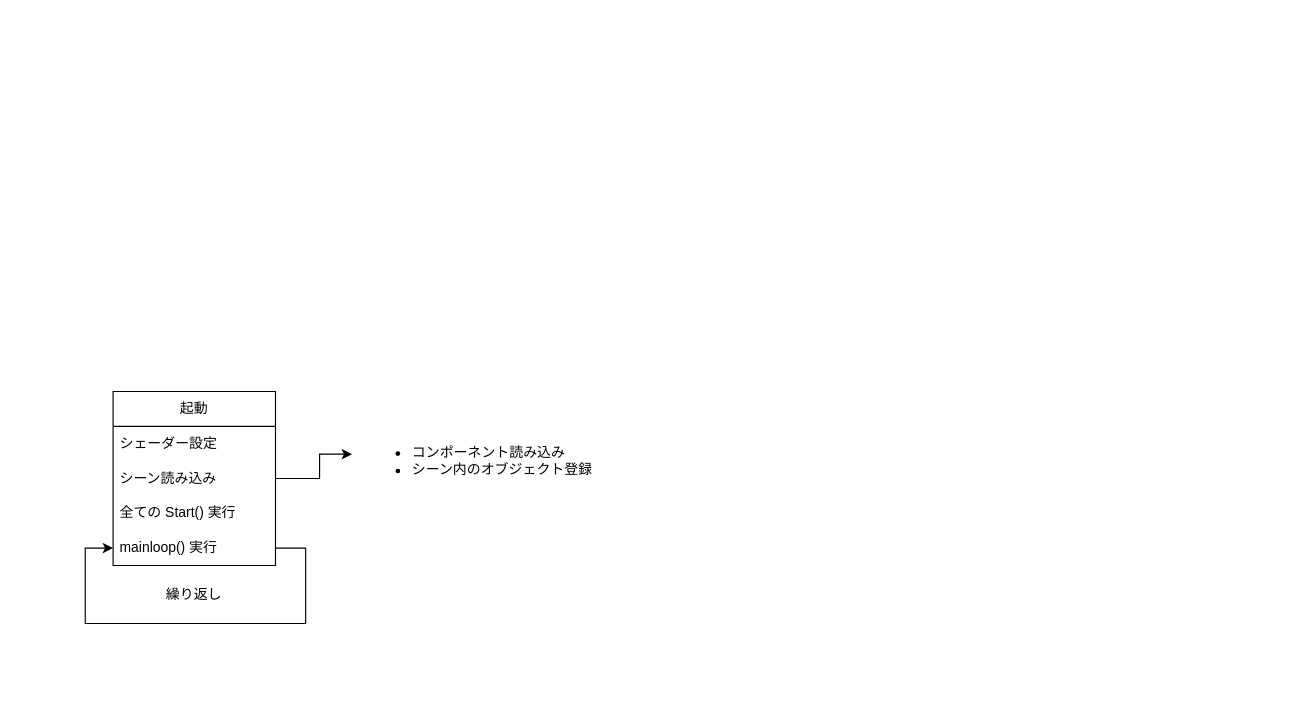
Above: Engine/Engine_design.drawio in TamigaYamazaki/GameMadeFrameWorlk_js (draw.io), before the change. Source tidied: cells renumbered, new cells numbered last; positions are measured from the earlier drawing's top-left corner, leaving out a move shared by most shapes. Both pictures are drawn from the tidied source at 116%, with x=0, y=0 at pixel (85, 391).
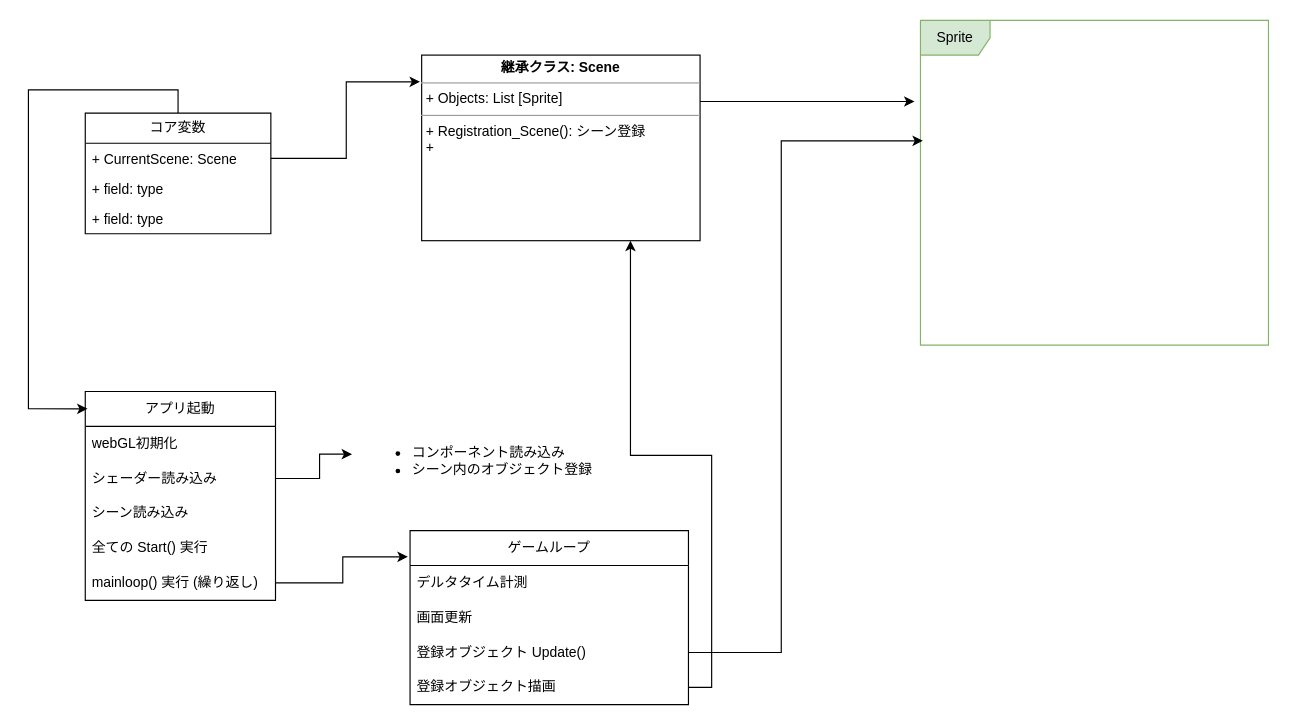
The same diagram, later.

Commit message (it also covers changes not shown here):
Engine_design.drawio を更新します

The edit, as a diff of the source:
```diff
@@
-    <mxCell id="2" value="起動" style="swimlane;fontStyle=0;horizontal=1;startSize=30;whiteSpace=wrap;html=1;" parent="1" vertex="1">
-      <mxGeometry x="24" width="140" height="150" as="geometry" />
+    <mxCell id="2" value="アプリ起動" style="swimlane;fontStyle=0;horizontal=1;startSize=30;whiteSpace=wrap;html=1;" parent="1" vertex="1">
+      <mxGeometry width="164" height="180" as="geometry" />
     </mxCell>
-    <mxCell id="3" value="シェーダー設定" style="text;strokeColor=none;fillColor=none;align=left;verticalAlign=middle;spacingLeft=4;spacingRight=4;overflow=hidden;whiteSpace=wrap;html=1;" parent="2" vertex="1">
-      <mxGeometry y="30" width="140" height="30" as="geometry" />
+    <mxCell id="3" value="webGL初期化" style="text;strokeColor=none;fillColor=none;align=left;verticalAlign=middle;spacingLeft=4;spacingRight=4;overflow=hidden;whiteSpace=wrap;html=1;" parent="2" vertex="1">
+      <mxGeometry y="30" width="164" height="30" as="geometry" />
     </mxCell>
-    <mxCell id="4" value="シーン読み込み" style="text;strokeColor=none;fillColor=none;align=left;verticalAlign=middle;spacingLeft=4;spacingRight=4;overflow=hidden;points=[[0,0.5],[1,0.5]];portConstraint=eastwest;whiteSpace=wrap;html=1;" parent="2" vertex="1">
-      <mxGeometry y="60" width="140" height="30" as="geometry" />
+    <mxCell id="4" value="シェーダー読み込み" style="text;strokeColor=none;fillColor=none;align=left;verticalAlign=middle;spacingLeft=4;spacingRight=4;overflow=hidden;points=[[0,0.5],[1,0.5]];portConstraint=eastwest;whiteSpace=wrap;html=1;" parent="2" vertex="1">
+      <mxGeometry y="60" width="164" height="30" as="geometry" />
     </mxCell>
+    <mxCell id="11" value="シーン読み込み" style="text;strokeColor=none;fillColor=none;align=left;verticalAlign=middle;spacingLeft=4;spacingRight=4;overflow=hidden;whiteSpace=wrap;html=1;" parent="2" vertex="1">
+      <mxGeometry y="90" width="164" height="30" as="geometry" />
+    </mxCell>
     <mxCell id="5" value="全ての Start() 実行" style="text;strokeColor=none;fillColor=none;align=left;verticalAlign=middle;spacingLeft=4;spacingRight=4;overflow=hidden;whiteSpace=wrap;html=1;" parent="2" vertex="1">
-      <mxGeometry y="90" width="140" height="30" as="geometry" />
+      <mxGeometry y="120" width="164" height="30" as="geometry" />
     </mxCell>
-    <mxCell id="6" style="edgeStyle=orthogonalEdgeStyle;rounded=0;orthogonalLoop=1;jettySize=auto;html=1;exitX=1;exitY=0.5;exitDx=0;exitDy=0;entryX=0;entryY=0.5;entryDx=0;entryDy=0;" parent="2" edge="1" source="7" target="7">
-      <mxGeometry relative="1" as="geometry">
-        <Array as="points">
-          <mxPoint x="166" y="135" />
-          <mxPoint x="166" y="200" />
-          <mxPoint x="-24" y="200" />
-          <mxPoint x="-24" y="135" />
-        </Array>
-      </mxGeometry>
-    </mxCell>
-    <mxCell id="7" value="mainloop() 実行" style="text;strokeColor=none;fillColor=none;align=left;verticalAlign=middle;spacingLeft=4;spacingRight=4;overflow=hidden;points=[[0,0.5],[1,0.5]];portConstraint=eastwest;whiteSpace=wrap;html=1;" parent="2" vertex="1">
-      <mxGeometry y="120" width="140" height="30" as="geometry" />
+    <mxCell id="7" value="mainloop() 実行 (繰り返し)" style="text;strokeColor=none;fillColor=none;align=left;verticalAlign=middle;spacingLeft=4;spacingRight=4;overflow=hidden;points=[[0,0.5],[1,0.5]];portConstraint=eastwest;whiteSpace=wrap;html=1;" parent="2" vertex="1">
+      <mxGeometry y="150" width="164" height="30" as="geometry" />
     </mxCell>
@@
-    <mxCell id="10" value="繰り返し" style="text;html=1;strokeColor=none;fillColor=none;align=center;verticalAlign=middle;whiteSpace=wrap;rounded=0;" parent="1" vertex="1">
-      <mxGeometry x="46" y="160" width="96" height="30" as="geometry" />
-    </mxCell>
+    <mxCell id="12" value="ゲームループ" style="swimlane;fontStyle=0;horizontal=1;startSize=30;whiteSpace=wrap;html=1;" parent="1" vertex="1">
+      <mxGeometry x="280" y="120" width="240" height="150" as="geometry" />
+    </mxCell>
+    <mxCell id="13" value="デルタタイム計測" style="text;strokeColor=none;fillColor=none;align=left;verticalAlign=middle;spacingLeft=4;spacingRight=4;overflow=hidden;whiteSpace=wrap;html=1;" parent="12" vertex="1">
+      <mxGeometry y="30" width="240" height="30" as="geometry" />
+    </mxCell>
+    <mxCell id="14" value="画面更新" style="text;strokeColor=none;fillColor=none;align=left;verticalAlign=middle;spacingLeft=4;spacingRight=4;overflow=hidden;whiteSpace=wrap;html=1;" parent="12" vertex="1">
+      <mxGeometry y="60" width="240" height="30" as="geometry" />
+    </mxCell>
+    <mxCell id="15" value="登録オブジェクト Update()" style="text;strokeColor=none;fillColor=none;align=left;verticalAlign=middle;spacingLeft=4;spacingRight=4;overflow=hidden;points=[[0,0.5],[1,0.5]];portConstraint=eastwest;whiteSpace=wrap;html=1;" parent="12" vertex="1">
+      <mxGeometry y="90" width="240" height="30" as="geometry" />
+    </mxCell>
+    <mxCell id="16" value="登録オブジェクト描画" style="text;strokeColor=none;fillColor=none;align=left;verticalAlign=middle;spacingLeft=4;spacingRight=4;overflow=hidden;points=[[0,0.5],[1,0.5]];portConstraint=eastwest;whiteSpace=wrap;html=1;" parent="12" vertex="1">
+      <mxGeometry y="120" width="240" height="30" as="geometry" />
+    </mxCell>
+    <mxCell id="17" style="edgeStyle=orthogonalEdgeStyle;rounded=0;jettySize=auto;html=1;exitX=1;exitY=0.5;exitDx=0;exitDy=0;entryX=-0.008;entryY=0.15;entryDx=0;entryDy=0;entryPerimeter=0;" parent="1" edge="1" source="7" target="12">
+      <mxGeometry relative="1" as="geometry" />
+    </mxCell>
+    <mxCell id="18" value="Sprite" style="shape=umlFrame;whiteSpace=wrap;html=1;fillColor=#d5e8d4;strokeColor=#82b366;" parent="1" vertex="1">
+      <mxGeometry x="720" y="-320" width="300" height="280" as="geometry" />
+    </mxCell>
+    <mxCell id="19" style="edgeStyle=orthogonalEdgeStyle;rounded=0;jettySize=auto;html=1;exitX=0.5;exitY=0;exitDx=0;exitDy=0;entryX=0.012;entryY=0.083;entryDx=0;entryDy=0;entryPerimeter=0;" parent="1" edge="1" source="20" target="2">
+      <mxGeometry relative="1" as="geometry">
+        <Array as="points">
+          <mxPoint x="80" y="-260" />
+          <mxPoint x="-49" y="-260" />
+          <mxPoint x="-49" y="15" />
+        </Array>
+      </mxGeometry>
+    </mxCell>
+    <mxCell id="20" value="コア変数" style="swimlane;fontStyle=0;horizontal=1;startSize=26;fillColor=none;whiteSpace=wrap;html=1;" parent="1" vertex="1">
+      <mxGeometry y="-240" width="160" height="104" as="geometry" />
+    </mxCell>
+    <mxCell id="21" value="+ CurrentScene: Scene" style="text;strokeColor=none;fillColor=none;align=left;verticalAlign=top;spacingLeft=4;spacingRight=4;overflow=hidden;points=[[0,0.5],[1,0.5]];portConstraint=eastwest;whiteSpace=wrap;html=1;" parent="20" vertex="1">
+      <mxGeometry y="26" width="160" height="26" as="geometry" />
+    </mxCell>
+    <mxCell id="22" value="+ field: type" style="text;strokeColor=none;fillColor=none;align=left;verticalAlign=top;spacingLeft=4;spacingRight=4;overflow=hidden;whiteSpace=wrap;html=1;" parent="20" vertex="1">
+      <mxGeometry y="52" width="160" height="26" as="geometry" />
+    </mxCell>
+    <mxCell id="23" value="+ field: type" style="text;strokeColor=none;fillColor=none;align=left;verticalAlign=top;spacingLeft=4;spacingRight=4;overflow=hidden;whiteSpace=wrap;html=1;" parent="20" vertex="1">
+      <mxGeometry y="78" width="160" height="26" as="geometry" />
+    </mxCell>
+    <mxCell id="24" value="&lt;p style=&quot;margin:0px;margin-top:4px;text-align:center;&quot;&gt;&lt;b&gt;継承クラス: Scene&lt;/b&gt;&lt;/p&gt;&lt;hr size=&quot;1&quot;&gt;&lt;p style=&quot;margin:0px;margin-left:4px;&quot;&gt;+ Objects: List [Sprite]&lt;/p&gt;&lt;hr size=&quot;1&quot;&gt;&lt;p style=&quot;margin:0px;margin-left:4px;&quot;&gt;+&amp;nbsp;Registration_Scene(): シーン登録&lt;/p&gt;&lt;p style=&quot;margin:0px;margin-left:4px;&quot;&gt;+&amp;nbsp;&lt;/p&gt;" style="verticalAlign=top;align=left;overflow=fill;fontSize=12;fontFamily=Helvetica;html=1;whiteSpace=wrap;" parent="1" vertex="1">
+      <mxGeometry x="290" y="-290" width="240" height="160" as="geometry" />
+    </mxCell>
+    <mxCell id="25" style="edgeStyle=orthogonalEdgeStyle;rounded=0;jettySize=auto;html=1;exitX=1;exitY=0.5;exitDx=0;exitDy=0;entryX=-0.006;entryY=0.144;entryDx=0;entryDy=0;entryPerimeter=0;" parent="1" edge="1" source="21" target="24">
+      <mxGeometry relative="1" as="geometry" />
+    </mxCell>
+    <mxCell id="26" style="edgeStyle=orthogonalEdgeStyle;rounded=0;jettySize=auto;html=1;exitX=1;exitY=0.25;exitDx=0;exitDy=0;entryX=-0.017;entryY=0.25;entryDx=0;entryDy=0;entryPerimeter=0;" parent="1" edge="1" source="24" target="18">
+      <mxGeometry relative="1" as="geometry" />
+    </mxCell>
+    <mxCell id="27" style="edgeStyle=orthogonalEdgeStyle;rounded=0;jettySize=auto;html=1;exitX=1;exitY=0.5;exitDx=0;exitDy=0;entryX=0.007;entryY=0.371;entryDx=0;entryDy=0;entryPerimeter=0;" parent="1" edge="1" source="15" target="18">
+      <mxGeometry relative="1" as="geometry">
+        <Array as="points">
+          <mxPoint x="600" y="225" />
+          <mxPoint x="600" y="-216" />
+        </Array>
+      </mxGeometry>
+    </mxCell>
+    <mxCell id="28" style="edgeStyle=orthogonalEdgeStyle;rounded=0;jettySize=auto;html=1;exitX=1;exitY=0.5;exitDx=0;exitDy=0;entryX=0.75;entryY=1;entryDx=0;entryDy=0;" parent="1" edge="1" source="16" target="24">
+      <mxGeometry relative="1" as="geometry" />
+    </mxCell>
```
